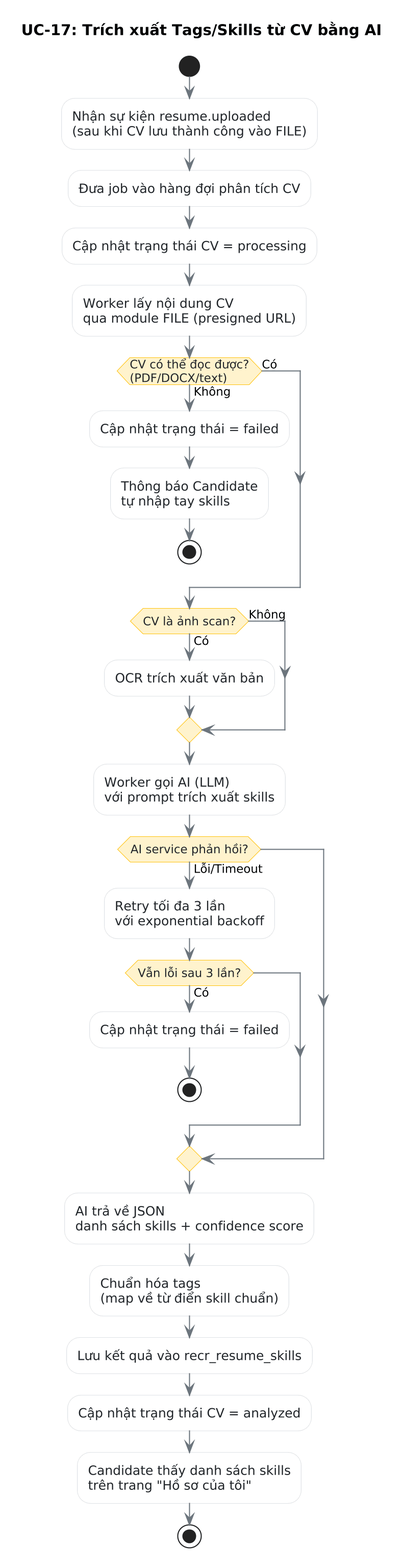
This is modules/dist/recr/images/activity/uc17-resume-skill-extraction-activity.png from namnh240795/document, a PlantUML export, as it was before one commit.
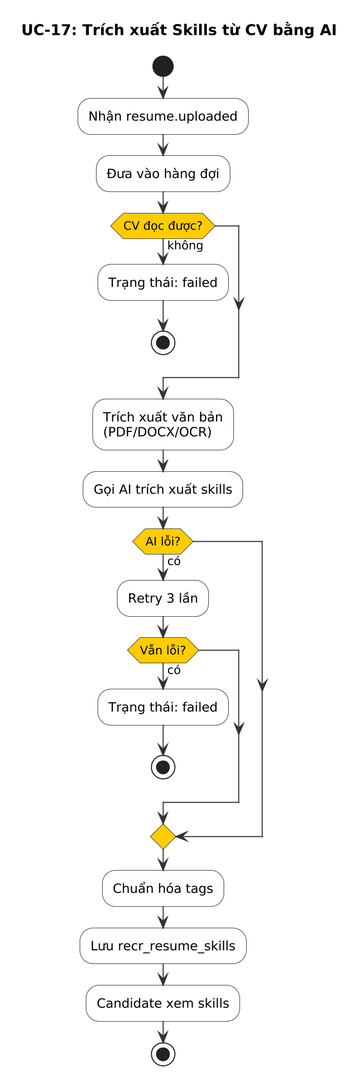
After the commit.

Change to the diagram source:
```diff
@@ -1,52 +1,43 @@
-@startuml uc17-resume-skill-extraction-activity
-title UC-17: Trích xuất Tags/Skills từ CV bằng AI
+@startuml
 skinparam dpi 200
-skinparam activityBackgroundColor #f8f9fa
-skinparam activityBorderColor #dee2e6
-skinparam activityFontColor #212529
-skinparam activityDiamondBackgroundColor #fff3cd
-skinparam activityDiamondBorderColor #ffc107
-skinparam arrowColor #6c757d
+skinparam activity {
+  BackgroundColor #F8F8F8
+  BorderColor #333333
+  ArrowColor #333333
+  DiamondBackgroundColor #FFCC00
+  DiamondBorderColor #333333
+}
+
+title UC-17: Trích xuất Skills từ CV bằng AI
 
 start
 
-:Nhận sự kiện resume.uploaded\n(sau khi CV lưu thành công vào FILE);
+:Nhận resume.uploaded;
 
-:Đưa job vào hàng đợi phân tích CV;
-:Cập nhật trạng thái CV = processing;
+:Đưa vào hàng đợi;
 
-:Worker lấy nội dung CV\nqua module FILE (presigned URL);
-
-if (CV có thể đọc được?\n(PDF/DOCX/text)) then (Không)
-  :Cập nhật trạng thái = failed;
-  :Thông báo Candidate\ntự nhập tay skills;
+if (CV đọc được?) then (không)
+  :Trạng thái: failed;
   stop
-else (Có)
 endif
 
-if (CV là ảnh scan?) then (Có)
-  :OCR trích xuất văn bản;
-else (Không)
-endif
+:Trích xuất văn bản\n(PDF/DOCX/OCR);
 
-:Worker gọi AI (LLM)\nvới prompt trích xuất skills;
+:Gọi AI trích xuất skills;
 
-if (AI service phản hồi?) then (Lỗi/Timeout)
-  :Retry tối đa 3 lần\nvới exponential backoff;
-  if (Vẫn lỗi sau 3 lần?) then (Có)
-    :Cập nhật trạng thái = failed;
+if (AI lỗi?) then (có)
+  :Retry 3 lần;
+  if (Vẫn lỗi?) then (có)
+    :Trạng thái: failed;
     stop
   endif
 endif
 
-:AI trả về JSON\ndanh sách skills + confidence score;
+:Chuẩn hóa tags;
 
-:Chuẩn hóa tags\n(map về từ điển skill chuẩn);
+:Lưu recr_resume_skills;
 
-:Lưu kết quả vào recr_resume_skills;
-:Cập nhật trạng thái CV = analyzed;
-
-:Candidate thấy danh sách skills\ntrên trang "Hồ sơ của tôi";
+:Candidate xem skills;
 
 stop
 
```
